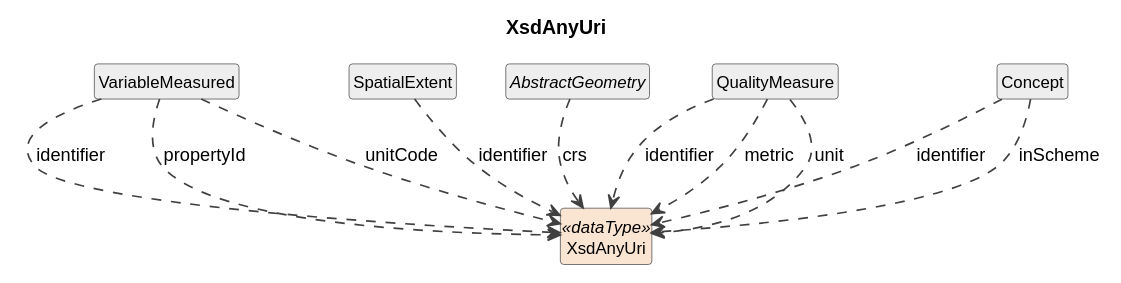
Cross-Domain-Interoperability-Framework/metadataBuildingBlocks keeps this PlantUML diagram as build/plantuml/cdifDiscovery/DataTypes/XsdAnyUri.svg. Above is the earlier version.
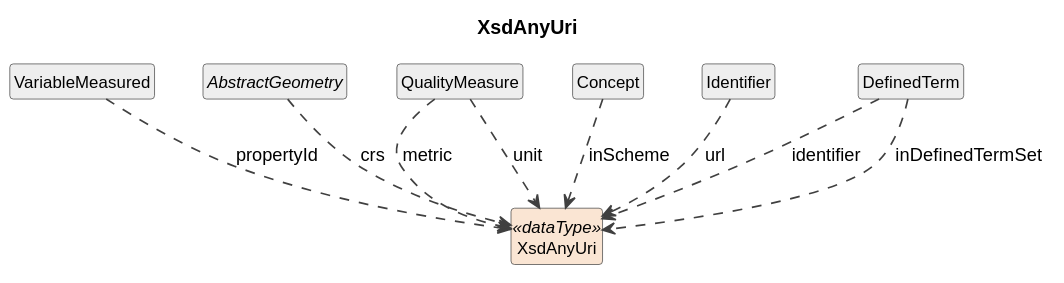
After the commit.

The edit, as a diff of the source:
```diff
@@ -12,18 +12,17 @@
 
 class "XsdAnyUri" as XsdAnyUri <<dataType>> #FAE5D3
 class "VariableMeasured" as VariableMeasured #EEEEEE
-VariableMeasured ..> XsdAnyUri : identifier
 VariableMeasured ..> XsdAnyUri : propertyId
-VariableMeasured ..> XsdAnyUri : unitCode
-class "SpatialExtent" as SpatialExtent #EEEEEE
-SpatialExtent ..> XsdAnyUri : identifier
 abstract class "AbstractGeometry" as AbstractGeometry #EEEEEE
 AbstractGeometry ..> XsdAnyUri : crs
 class "QualityMeasure" as QualityMeasure #EEEEEE
-QualityMeasure ..> XsdAnyUri : identifier
 QualityMeasure ..> XsdAnyUri : metric
 QualityMeasure ..> XsdAnyUri : unit
 class "Concept" as Concept #EEEEEE
-Concept ..> XsdAnyUri : identifier
 Concept ..> XsdAnyUri : inScheme
+class "Identifier" as Identifier #EEEEEE
+Identifier ..> XsdAnyUri : url
+class "DefinedTerm" as DefinedTerm #EEEEEE
+DefinedTerm ..> XsdAnyUri : identifier
+DefinedTerm ..> XsdAnyUri : inDefinedTermSet
 @enduml
```
